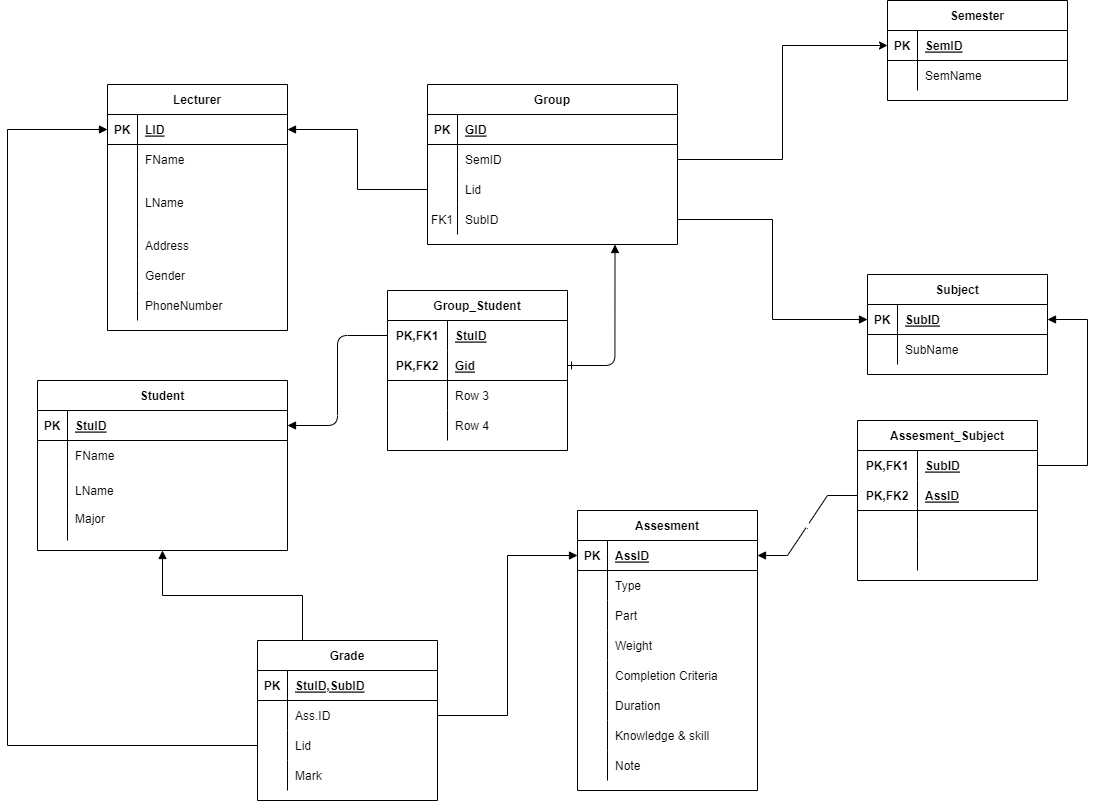
Above: ERD Grading system .drawio.png in DMQuan24/DBI202-SU22-HE161803-IA1604 (draw.io), before the change. Source tidied: cells renumbered, new cells last; positions are measured from the earlier drawing's top-left corner, leaving out a move shared by most shapes.
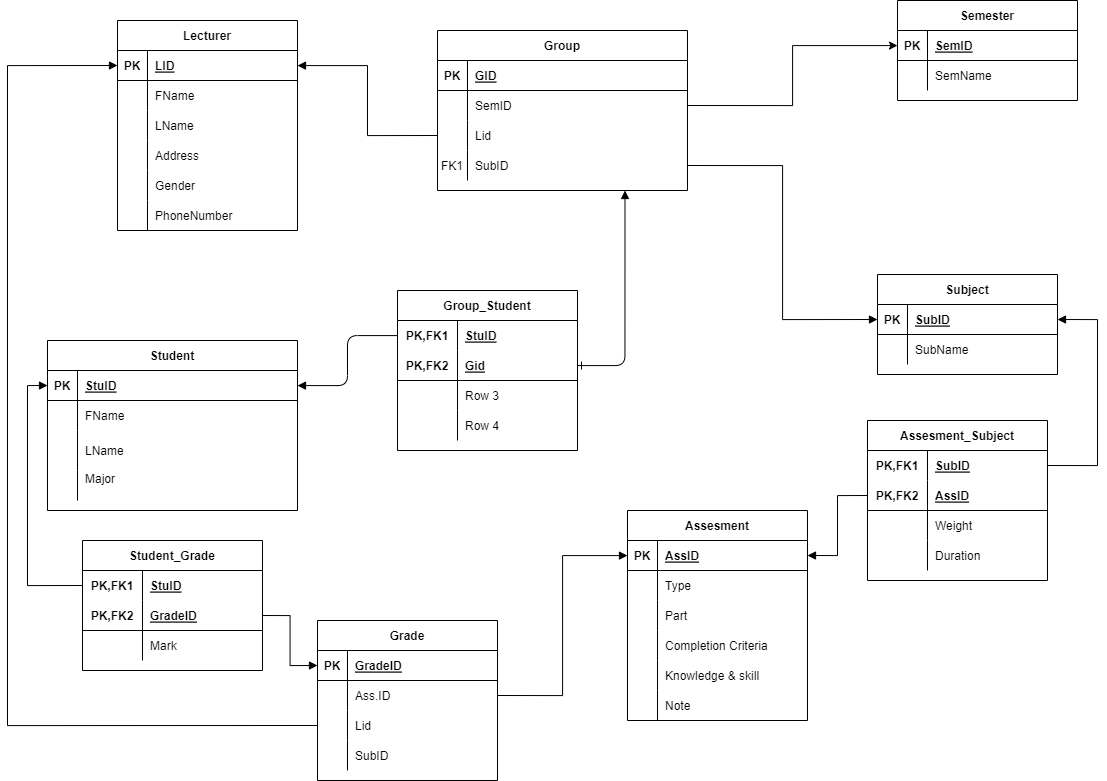
Above is the later version.

Commit message:
Chỉnh sửa ERD và  sqlscript

Thêm bảng Student_Grade , chỉnh sửa 1 số attribute trong Assesment

The edit, as a diff of the source:
```diff
@@ -9,7 +9,7 @@
       <mxGeometry relative="1" as="geometry" />
     </mxCell>
     <mxCell id="4" value="Group" style="shape=table;startSize=30;rowLines=0;fontStyle=1;align=center;" parent="1" vertex="1">
-      <mxGeometry x="420" y="84" width="250" height="160" as="geometry" />
+      <mxGeometry x="420" y="30" width="250" height="160" as="geometry" />
     </mxCell>
     <mxCell id="5" style="shape=partialRectangle;fillColor=none;top=0;left=0;right=0;bottom=1;" parent="4" vertex="1">
       <mxGeometry y="30" width="250" height="30" as="geometry" />
@@ -47,11 +47,8 @@
     <mxCell id="16" value="SubID" style="shape=partialRectangle;overflow=hidden;fillColor=none;top=0;left=0;bottom=0;right=0;align=left;spacingLeft=6;" parent="14" vertex="1">
       <mxGeometry x="30" width="220" height="30" as="geometry" />
     </mxCell>
-    <mxCell id="17" style="edgeStyle=orthogonalEdgeStyle;rounded=0;jettySize=auto;html=1;entryX=0.25;entryY=0;entryDx=0;entryDy=0;startArrow=block;startFill=1;endArrow=none;endFill=0;" parent="1" edge="1" source="18" target="82">
-      <mxGeometry relative="1" as="geometry" />
-    </mxCell>
     <mxCell id="18" value="Student" style="shape=table;startSize=30;rowLines=0;fontStyle=1;align=center;" parent="1" vertex="1">
-      <mxGeometry x="30" y="380" width="250" height="170" as="geometry" />
+      <mxGeometry x="30" y="340" width="250" height="170" as="geometry" />
     </mxCell>
     <mxCell id="19" style="shape=partialRectangle;fillColor=none;points=[[0,0.5],[1,0.5]];portConstraint=eastwest;top=0;left=0;right=0;bottom=1;" parent="18" vertex="1">
       <mxGeometry y="30" width="250" height="30" as="geometry" />
@@ -90,7 +87,7 @@
       <mxGeometry x="30" width="220" height="30" as="geometry" />
     </mxCell>
     <mxCell id="31" value="Lecturer" style="shape=table;startSize=30;rowLines=0;fontStyle=1;align=center;" parent="1" vertex="1">
-      <mxGeometry x="100" y="84" width="180" height="246" as="geometry" />
+      <mxGeometry x="100" y="20" width="180" height="210" as="geometry" />
     </mxCell>
     <mxCell id="32" style="shape=tableRow;horizontal=0;startSize=0;swimlaneHead=0;swimlaneBody=0;fillColor=none;points=[[0,0.5],[1,0.5]];portConstraint=eastwest;top=0;left=0;right=0;bottom=1;" parent="31" vertex="1">
       <mxGeometry y="30" width="180" height="30" as="geometry" />
@@ -111,16 +108,16 @@
       <mxGeometry x="30" width="150" height="30" as="geometry" />
     </mxCell>
     <mxCell id="38" style="shape=tableRow;horizontal=0;startSize=0;swimlaneHead=0;swimlaneBody=0;fillColor=none;top=0;left=0;right=0;bottom=0;" parent="31" vertex="1">
-      <mxGeometry y="90" width="180" height="56" as="geometry" />
+      <mxGeometry y="90" width="180" height="30" as="geometry" />
     </mxCell>
     <mxCell id="39" style="shape=partialRectangle;fillColor=none;top=0;left=0;bottom=0;right=0;overflow=hidden;" parent="38" vertex="1">
-      <mxGeometry width="30" height="56" as="geometry" />
+      <mxGeometry width="30" height="30" as="geometry" />
     </mxCell>
     <mxCell id="40" value="LName" style="shape=partialRectangle;fillColor=none;top=0;left=0;bottom=0;right=0;align=left;spacingLeft=6;overflow=hidden;" parent="38" vertex="1">
-      <mxGeometry x="30" width="150" height="56" as="geometry" />
+      <mxGeometry x="30" width="150" height="30" as="geometry" />
     </mxCell>
     <mxCell id="41" style="shape=tableRow;horizontal=0;startSize=0;swimlaneHead=0;swimlaneBody=0;fillColor=none;top=0;left=0;right=0;bottom=0;" parent="31" vertex="1">
-      <mxGeometry y="146" width="180" height="30" as="geometry" />
+      <mxGeometry y="120" width="180" height="30" as="geometry" />
     </mxCell>
     <mxCell id="42" style="shape=partialRectangle;fillColor=none;top=0;left=0;bottom=0;right=0;overflow=hidden;" parent="41" vertex="1">
       <mxGeometry width="30" height="30" as="geometry" />
@@ -129,7 +126,7 @@
       <mxGeometry x="30" width="150" height="30" as="geometry" />
     </mxCell>
     <mxCell id="44" style="shape=tableRow;horizontal=0;startSize=0;swimlaneHead=0;swimlaneBody=0;fillColor=none;top=0;left=0;right=0;bottom=0;" parent="31" vertex="1">
-      <mxGeometry y="176" width="180" height="30" as="geometry" />
+      <mxGeometry y="150" width="180" height="30" as="geometry" />
     </mxCell>
     <mxCell id="45" style="shape=partialRectangle;fillColor=none;top=0;left=0;bottom=0;right=0;overflow=hidden;" parent="44" vertex="1">
       <mxGeometry width="30" height="30" as="geometry" />
@@ -138,7 +135,7 @@
       <mxGeometry x="30" width="150" height="30" as="geometry" />
     </mxCell>
     <mxCell id="47" style="shape=tableRow;horizontal=0;startSize=0;swimlaneHead=0;swimlaneBody=0;fillColor=none;top=0;left=0;right=0;bottom=0;" parent="31" vertex="1">
-      <mxGeometry y="206" width="180" height="30" as="geometry" />
+      <mxGeometry y="180" width="180" height="30" as="geometry" />
     </mxCell>
     <mxCell id="48" style="shape=partialRectangle;fillColor=none;top=0;left=0;bottom=0;right=0;overflow=hidden;" parent="47" vertex="1">
       <mxGeometry width="30" height="30" as="geometry" />
@@ -147,7 +144,7 @@
       <mxGeometry x="30" width="150" height="30" as="geometry" />
     </mxCell>
     <mxCell id="50" value="Assesment" style="shape=table;startSize=30;rowLines=0;fontStyle=1;align=center;" parent="1" vertex="1">
-      <mxGeometry x="570" y="510" width="180" height="280" as="geometry" />
+      <mxGeometry x="610" y="510" width="180" height="210" as="geometry" />
     </mxCell>
     <mxCell id="51" style="shape=tableRow;horizontal=0;startSize=0;swimlaneHead=0;swimlaneBody=0;fillColor=none;points=[[0,0.5],[1,0.5]];portConstraint=eastwest;top=0;left=0;right=0;bottom=1;" parent="50" vertex="1">
       <mxGeometry y="30" width="180" height="30" as="geometry" />
@@ -176,17 +173,8 @@
     <mxCell id="59" value="Part" style="shape=partialRectangle;fillColor=none;top=0;left=0;bottom=0;right=0;align=left;spacingLeft=6;overflow=hidden;" parent="57" vertex="1">
       <mxGeometry x="30" width="150" height="30" as="geometry" />
     </mxCell>
-    <mxCell id="60" style="shape=tableRow;horizontal=0;startSize=0;swimlaneHead=0;swimlaneBody=0;fillColor=none;top=0;left=0;right=0;bottom=0;" parent="50" vertex="1">
-      <mxGeometry y="120" width="180" height="30" as="geometry" />
-    </mxCell>
-    <mxCell id="61" style="shape=partialRectangle;fillColor=none;top=0;left=0;bottom=0;right=0;overflow=hidden;" parent="60" vertex="1">
-      <mxGeometry width="30" height="30" as="geometry" />
-    </mxCell>
-    <mxCell id="62" value="Weight" style="shape=partialRectangle;fillColor=none;top=0;left=0;bottom=0;right=0;align=left;spacingLeft=6;overflow=hidden;" parent="60" vertex="1">
-      <mxGeometry x="30" width="150" height="30" as="geometry" />
-    </mxCell>
     <mxCell id="63" style="shape=tableRow;horizontal=0;startSize=0;swimlaneHead=0;swimlaneBody=0;fillColor=none;top=0;left=0;right=0;bottom=0;" parent="50" vertex="1">
-      <mxGeometry y="150" width="180" height="30" as="geometry" />
+      <mxGeometry y="120" width="180" height="30" as="geometry" />
     </mxCell>
     <mxCell id="64" style="shape=partialRectangle;fillColor=none;top=0;left=0;bottom=0;right=0;overflow=hidden;" parent="63" vertex="1">
       <mxGeometry width="30" height="30" as="geometry" />
@@ -194,17 +182,8 @@
     <mxCell id="65" value="Completion Criteria" style="shape=partialRectangle;fillColor=none;top=0;left=0;bottom=0;right=0;align=left;spacingLeft=6;overflow=hidden;" parent="63" vertex="1">
       <mxGeometry x="30" width="150" height="30" as="geometry" />
     </mxCell>
-    <mxCell id="66" style="shape=tableRow;horizontal=0;startSize=0;swimlaneHead=0;swimlaneBody=0;fillColor=none;top=0;left=0;right=0;bottom=0;" parent="50" vertex="1">
-      <mxGeometry y="180" width="180" height="30" as="geometry" />
-    </mxCell>
-    <mxCell id="67" style="shape=partialRectangle;fillColor=none;top=0;left=0;bottom=0;right=0;overflow=hidden;" parent="66" vertex="1">
-      <mxGeometry width="30" height="30" as="geometry" />
-    </mxCell>
-    <mxCell id="68" value="Duration" style="shape=partialRectangle;fillColor=none;top=0;left=0;bottom=0;right=0;align=left;spacingLeft=6;overflow=hidden;" parent="66" vertex="1">
-      <mxGeometry x="30" width="150" height="30" as="geometry" />
-    </mxCell>
     <mxCell id="69" style="shape=tableRow;horizontal=0;startSize=0;swimlaneHead=0;swimlaneBody=0;fillColor=none;top=0;left=0;right=0;bottom=0;" parent="50" vertex="1">
-      <mxGeometry y="210" width="180" height="30" as="geometry" />
+      <mxGeometry y="150" width="180" height="30" as="geometry" />
     </mxCell>
     <mxCell id="70" style="shape=partialRectangle;fillColor=none;top=0;left=0;bottom=0;right=0;overflow=hidden;" parent="69" vertex="1">
       <mxGeometry width="30" height="30" as="geometry" />
@@ -213,7 +192,7 @@
       <mxGeometry x="30" width="150" height="30" as="geometry" />
     </mxCell>
     <mxCell id="72" style="shape=tableRow;horizontal=0;startSize=0;swimlaneHead=0;swimlaneBody=0;fillColor=none;top=0;left=0;right=0;bottom=0;" parent="50" vertex="1">
-      <mxGeometry y="240" width="180" height="30" as="geometry" />
+      <mxGeometry y="180" width="180" height="30" as="geometry" />
     </mxCell>
     <mxCell id="73" style="shape=partialRectangle;fillColor=none;top=0;left=0;bottom=0;right=0;overflow=hidden;" parent="72" vertex="1">
       <mxGeometry width="30" height="30" as="geometry" />
@@ -243,7 +222,7 @@
       <mxGeometry x="30" width="150" height="30" as="geometry" />
     </mxCell>
     <mxCell id="82" value="Grade" style="shape=table;startSize=30;rowLines=0;fontStyle=1;align=center;" parent="1" vertex="1">
-      <mxGeometry x="250" y="640" width="180" height="160" as="geometry" />
+      <mxGeometry x="300" y="620" width="180" height="160" as="geometry" />
     </mxCell>
     <mxCell id="83" style="shape=tableRow;horizontal=0;startSize=0;swimlaneHead=0;swimlaneBody=0;fillColor=none;points=[[0,0.5],[1,0.5]];portConstraint=eastwest;top=0;left=0;right=0;bottom=1;" parent="82" vertex="1">
       <mxGeometry y="30" width="180" height="30" as="geometry" />
@@ -251,7 +230,7 @@
     <mxCell id="84" value="PK" style="shape=partialRectangle;fillColor=none;top=0;left=0;bottom=0;right=0;fontStyle=1;overflow=hidden;" parent="83" vertex="1">
       <mxGeometry width="30" height="30" as="geometry" />
     </mxCell>
-    <mxCell id="85" value="StuID,SubID" style="shape=partialRectangle;fillColor=none;top=0;left=0;bottom=0;right=0;align=left;spacingLeft=6;fontStyle=5;overflow=hidden;" parent="83" vertex="1">
+    <mxCell id="85" value="GradeID" style="shape=partialRectangle;fillColor=none;top=0;left=0;bottom=0;right=0;align=left;spacingLeft=6;fontStyle=5;overflow=hidden;" parent="83" vertex="1">
       <mxGeometry x="30" width="150" height="30" as="geometry" />
     </mxCell>
     <mxCell id="86" style="shape=tableRow;horizontal=0;startSize=0;swimlaneHead=0;swimlaneBody=0;fillColor=none;points=[[0,0.5],[1,0.5]];portConstraint=eastwest;top=0;left=0;right=0;bottom=0;" parent="82" vertex="1">
@@ -278,7 +257,7 @@
     <mxCell id="93" style="shape=partialRectangle;fillColor=none;top=0;left=0;bottom=0;right=0;overflow=hidden;" parent="92" vertex="1">
       <mxGeometry width="30" height="30" as="geometry" />
     </mxCell>
-    <mxCell id="94" value="Mark" style="shape=partialRectangle;fillColor=none;top=0;left=0;bottom=0;right=0;align=left;spacingLeft=6;overflow=hidden;" parent="92" vertex="1">
+    <mxCell id="94" value="SubID" style="shape=partialRectangle;fillColor=none;top=0;left=0;bottom=0;right=0;align=left;spacingLeft=6;overflow=hidden;" parent="92" vertex="1">
       <mxGeometry x="30" width="150" height="30" as="geometry" />
     </mxCell>
     <mxCell id="95" value="Assesment_Subject" style="shape=table;startSize=30;rowLines=0;fontStyle=1;align=center;" parent="1" vertex="1">
@@ -308,7 +287,7 @@
     <mxCell id="103" style="shape=partialRectangle;fillColor=none;top=0;left=0;bottom=0;right=0;overflow=hidden;" parent="102" vertex="1">
       <mxGeometry width="60" height="30" as="geometry" />
     </mxCell>
-    <mxCell id="104" style="shape=partialRectangle;fillColor=none;top=0;left=0;bottom=0;right=0;align=left;spacingLeft=6;overflow=hidden;" parent="102" vertex="1">
+    <mxCell id="104" value="Weight" style="shape=partialRectangle;fillColor=none;top=0;left=0;bottom=0;right=0;align=left;spacingLeft=6;overflow=hidden;" parent="102" vertex="1">
       <mxGeometry x="60" width="120" height="30" as="geometry" />
     </mxCell>
     <mxCell id="105" style="shape=tableRow;horizontal=0;startSize=0;swimlaneHead=0;swimlaneBody=0;fillColor=none;top=0;left=0;right=0;bottom=0;" parent="95" vertex="1">
@@ -317,7 +296,7 @@
     <mxCell id="106" style="shape=partialRectangle;fillColor=none;top=0;left=0;bottom=0;right=0;overflow=hidden;" parent="105" vertex="1">
       <mxGeometry width="60" height="30" as="geometry" />
     </mxCell>
-    <mxCell id="107" style="shape=partialRectangle;fillColor=none;top=0;left=0;bottom=0;right=0;align=left;spacingLeft=6;overflow=hidden;" parent="105" vertex="1">
+    <mxCell id="107" value="Duration" style="shape=partialRectangle;fillColor=none;top=0;left=0;bottom=0;right=0;align=left;spacingLeft=6;overflow=hidden;" parent="105" vertex="1">
       <mxGeometry x="60" width="120" height="30" as="geometry" />
     </mxCell>
     <mxCell id="108" value="Subject" style="shape=table;startSize=30;rowLines=0;fontStyle=1;align=center;" parent="1" vertex="1">
@@ -344,11 +323,11 @@
     <mxCell id="115" style="edgeStyle=orthogonalEdgeStyle;rounded=0;jettySize=auto;html=1;entryX=0;entryY=0.5;entryDx=0;entryDy=0;endArrow=none;endFill=0;startArrow=block;startFill=1;" parent="1" edge="1" source="32" target="11">
       <mxGeometry relative="1" as="geometry" />
     </mxCell>
-    <mxCell id="116" style="edgeStyle=orthogonalEdgeStyle;rounded=0;jettySize=auto;html=1;entryX=0;entryY=0.5;entryDx=0;entryDy=0;startArrow=block;startFill=1;endArrow=none;endFill=0;" parent="1" edge="1" source="32" target="89">
+    <mxCell id="116" style="edgeStyle=orthogonalEdgeStyle;rounded=0;jettySize=auto;html=1;entryX=0;entryY=0.5;entryDx=0;entryDy=0;startArrow=block;startFill=1;endArrow=none;endFill=0;exitX=0;exitY=0.5;exitDx=0;exitDy=0;elbow=vertical;" parent="1" edge="1" source="32" target="89">
       <mxGeometry relative="1" as="geometry">
         <Array as="points">
-          <mxPoint y="129" />
-          <mxPoint y="745" />
+          <mxPoint x="-10" y="65" />
+          <mxPoint x="-10" y="725" />
         </Array>
       </mxGeometry>
     </mxCell>
@@ -400,9 +379,6 @@
     <mxCell id="132" style="edgeStyle=orthogonalEdgeStyle;rounded=0;jettySize=auto;html=1;entryX=1;entryY=0.5;entryDx=0;entryDy=0;startArrow=block;startFill=1;endArrow=none;endFill=0;" parent="1" edge="1" source="51" target="86">
       <mxGeometry relative="1" as="geometry" />
     </mxCell>
-    <mxCell id="133" value="." style="edgeStyle=entityRelationEdgeStyle;fontSize=12;html=1;endArrow=block;rounded=0;exitX=0;exitY=0.5;exitDx=0;exitDy=0;entryX=1;entryY=0.5;entryDx=0;entryDy=0;endFill=1;" parent="1" edge="1" source="99" target="51">
-      <mxGeometry relative="1" as="geometry" />
-    </mxCell>
     <mxCell id="134" style="edgeStyle=orthogonalEdgeStyle;fontSize=12;html=1;endArrow=block;rounded=0;exitX=1;exitY=0.5;exitDx=0;exitDy=0;entryX=1;entryY=0.5;entryDx=0;entryDy=0;endFill=1;" parent="1" edge="1" source="96" target="109">
       <mxGeometry relative="1" as="geometry">
         <Array as="points">
@@ -411,5 +387,44 @@
         </Array>
       </mxGeometry>
     </mxCell>
+    <mxCell id="135" style="edgeStyle=orthogonalEdgeStyle;rounded=0;jettySize=auto;html=1;entryX=0;entryY=0.5;entryDx=0;entryDy=0;startArrow=block;startFill=1;endArrow=none;endFill=0;exitX=1;exitY=0.5;exitDx=0;exitDy=0;" parent="1" edge="1" source="51" target="99">
+      <mxGeometry relative="1" as="geometry" />
+    </mxCell>
+    <mxCell id="136" value="Student_Grade" style="shape=table;startSize=30;rowLines=0;fontStyle=1;align=center;" parent="1" vertex="1">
+      <mxGeometry x="65" y="540" width="180" height="130" as="geometry" />
+    </mxCell>
+    <mxCell id="137" style="shape=tableRow;horizontal=0;startSize=0;swimlaneHead=0;swimlaneBody=0;fillColor=none;points=[[0,0.5],[1,0.5]];portConstraint=eastwest;top=0;left=0;right=0;bottom=0;" parent="136" vertex="1">
+      <mxGeometry y="30" width="180" height="30" as="geometry" />
+    </mxCell>
+    <mxCell id="138" value="PK,FK1" style="shape=partialRectangle;fillColor=none;top=0;left=0;bottom=0;right=0;fontStyle=1;overflow=hidden;" parent="137" vertex="1">
+      <mxGeometry width="60" height="30" as="geometry" />
+    </mxCell>
+    <mxCell id="139" value="StuID" style="shape=partialRectangle;fillColor=none;top=0;left=0;bottom=0;right=0;align=left;spacingLeft=6;fontStyle=5;overflow=hidden;" parent="137" vertex="1">
+      <mxGeometry x="60" width="120" height="30" as="geometry" />
+    </mxCell>
+    <mxCell id="140" style="shape=tableRow;horizontal=0;startSize=0;swimlaneHead=0;swimlaneBody=0;fillColor=none;points=[[0,0.5],[1,0.5]];portConstraint=eastwest;top=0;left=0;right=0;bottom=1;" parent="136" vertex="1">
+      <mxGeometry y="60" width="180" height="30" as="geometry" />
+    </mxCell>
+    <mxCell id="141" value="PK,FK2" style="shape=partialRectangle;fillColor=none;top=0;left=0;bottom=0;right=0;fontStyle=1;overflow=hidden;" parent="140" vertex="1">
+      <mxGeometry width="60" height="30" as="geometry" />
+    </mxCell>
+    <mxCell id="142" value="GradeID" style="shape=partialRectangle;fillColor=none;top=0;left=0;bottom=0;right=0;align=left;spacingLeft=6;fontStyle=5;overflow=hidden;" parent="140" vertex="1">
+      <mxGeometry x="60" width="120" height="30" as="geometry" />
+    </mxCell>
+    <mxCell id="143" style="shape=tableRow;horizontal=0;startSize=0;swimlaneHead=0;swimlaneBody=0;fillColor=none;top=0;left=0;right=0;bottom=0;" parent="136" vertex="1">
+      <mxGeometry y="90" width="180" height="30" as="geometry" />
+    </mxCell>
+    <mxCell id="144" style="shape=partialRectangle;fillColor=none;top=0;left=0;bottom=0;right=0;overflow=hidden;" parent="143" vertex="1">
+      <mxGeometry width="60" height="30" as="geometry" />
+    </mxCell>
+    <mxCell id="145" value="Mark" style="shape=partialRectangle;fillColor=none;top=0;left=0;bottom=0;right=0;align=left;spacingLeft=6;overflow=hidden;" parent="143" vertex="1">
+      <mxGeometry x="60" width="120" height="30" as="geometry" />
+    </mxCell>
+    <mxCell id="146" style="edgeStyle=orthogonalEdgeStyle;rounded=0;jettySize=auto;html=1;entryX=0;entryY=0.5;entryDx=0;entryDy=0;startArrow=block;startFill=1;endArrow=none;endFill=0;exitX=0;exitY=0.5;exitDx=0;exitDy=0;" parent="1" edge="1" source="19" target="137">
+      <mxGeometry relative="1" as="geometry" />
+    </mxCell>
+    <mxCell id="147" style="edgeStyle=orthogonalEdgeStyle;rounded=0;jettySize=auto;html=1;entryX=1;entryY=0.5;entryDx=0;entryDy=0;startArrow=block;startFill=1;endArrow=none;endFill=0;exitX=0;exitY=0.5;exitDx=0;exitDy=0;" parent="1" edge="1" source="83" target="140">
+      <mxGeometry relative="1" as="geometry" />
+    </mxCell>
   </root>
 </mxGraphModel>
```
